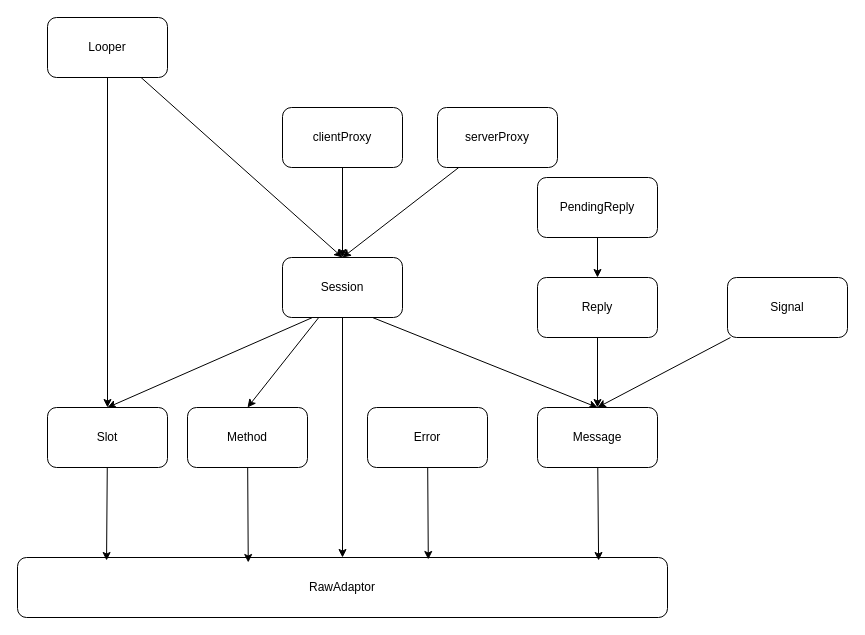
Earlier version of the draw.io diagram architecture.dio (soul-science/dbusxx). Source tidied: cells renumbered, new cells numbered last; positions are measured from the earlier drawing's top-left corner, leaving out a move shared by most shapes. Both pictures are drawn from the tidied source at 100%, with x=0, y=0 at pixel (17, 17).
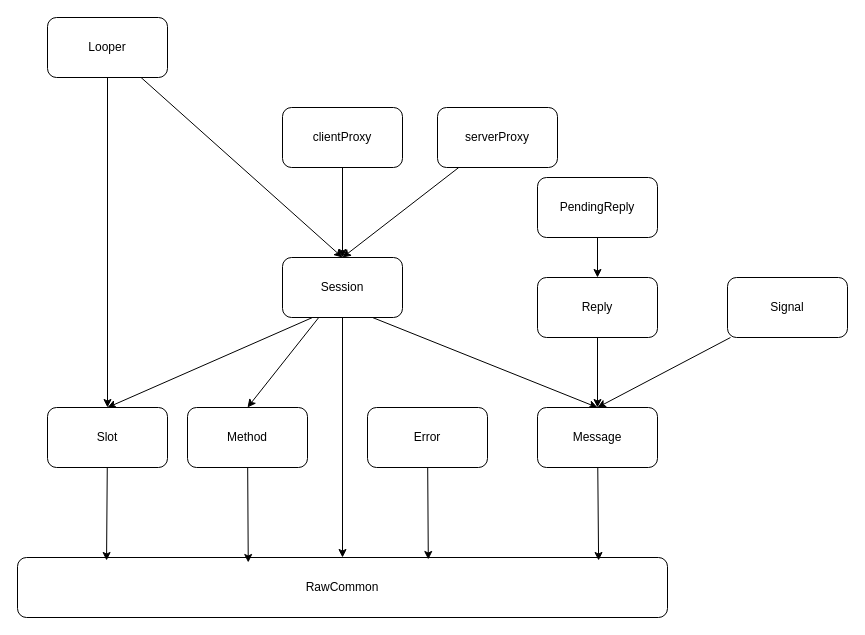
The same diagram, later.

Diff of the diagram source:
```diff
@@
-    <mxCell id="2" value="RawAdaptor" style="rounded=1;whiteSpace=wrap;html=1;" parent="1" vertex="1">
+    <mxCell id="2" value="RawCommon" style="rounded=1;whiteSpace=wrap;html=1;" parent="1" vertex="1">
       <mxGeometry y="540" width="650" height="60" as="geometry" />
     </mxCell>
```
